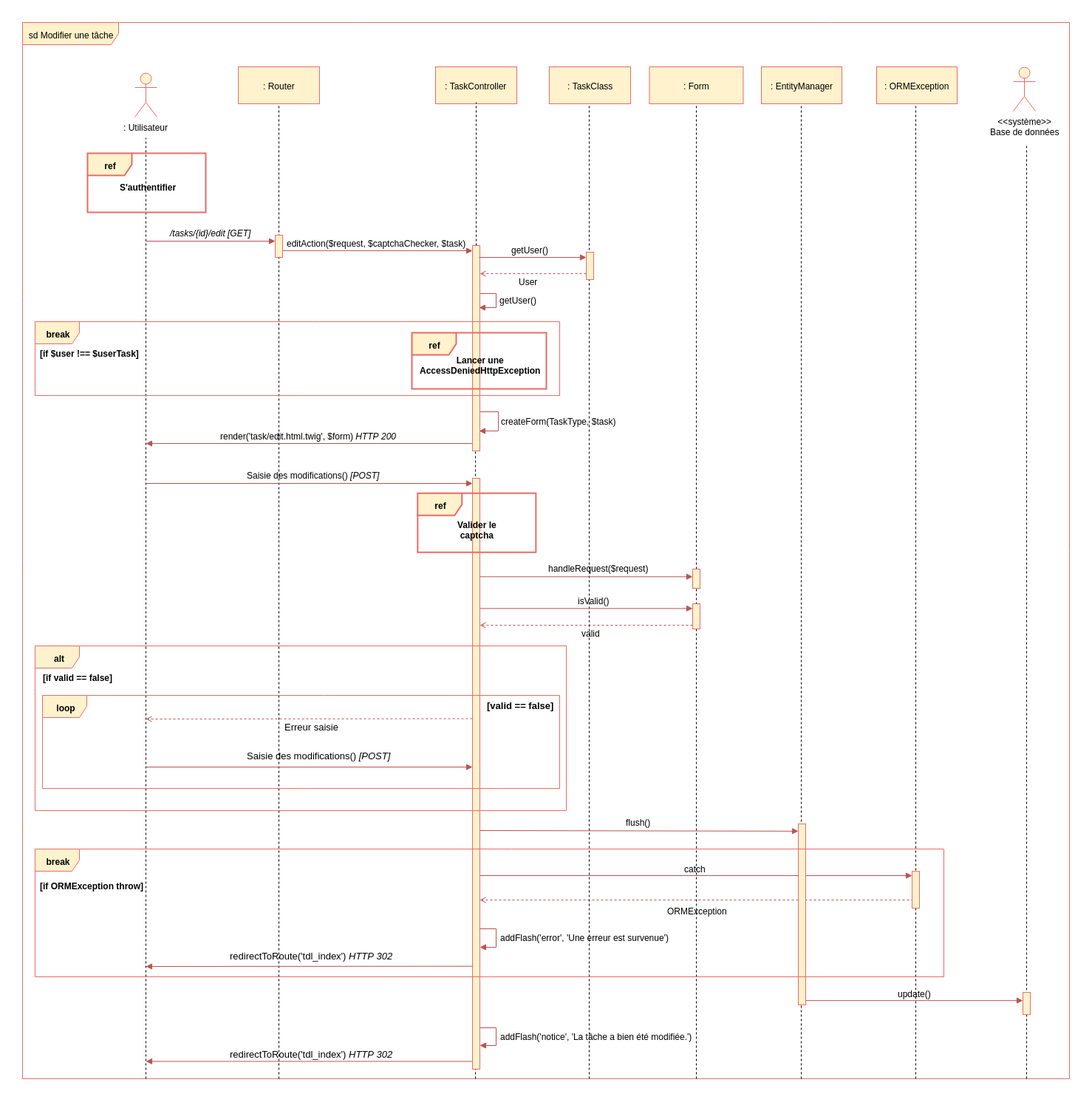
Thibok/TodoList keeps this draw.io diagram as Diagrammes/Modifier_une_tache.png. Above is the earlier version. Source tidied: cells renumbered, new cells last; positions are measured from the earlier drawing's top-left corner, leaving out a move shared by most shapes.
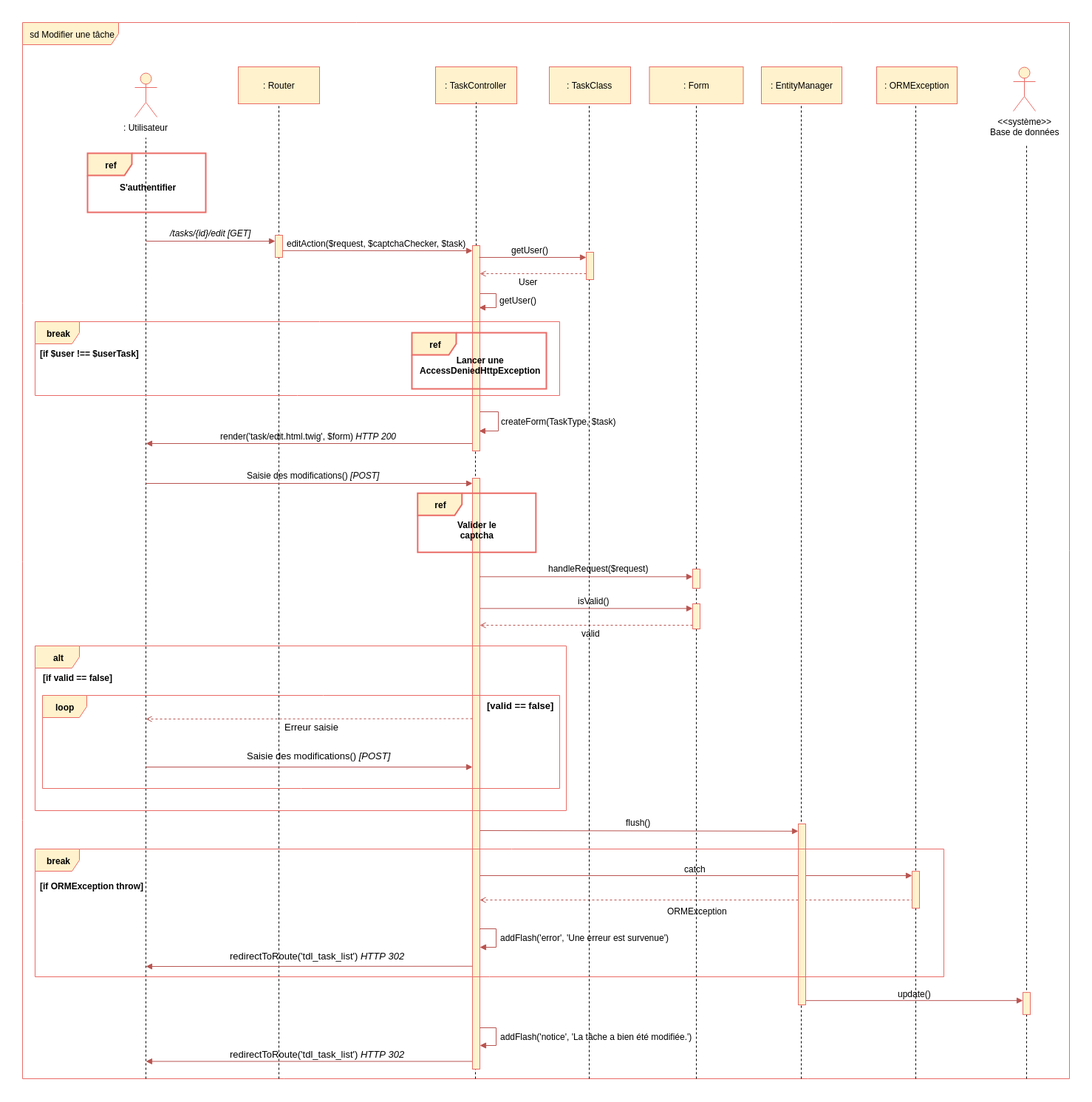
Later version of the same file.

Change to the diagram source:
```diff
@@ -237,8 +237,8 @@
         <mxPoint x="167" y="1278" as="targetPoint" />
       </mxGeometry>
     </mxCell>
-    <mxCell id="53" value="&lt;font&gt;redirectToRoute('tdl_index') &lt;i&gt;HTTP 302&lt;/i&gt;&lt;/font&gt;" style="text;html=1;align=left;verticalAlign=top;spacingTop=-4;fontSize=13;fontColor=#000000;" parent="1" vertex="1">
-      <mxGeometry x="279" y="1254" width="240" height="20" as="geometry" />
+    <mxCell id="53" value="&lt;font&gt;redirectToRoute('tdl_task_list') &lt;i&gt;HTTP 302&lt;/i&gt;&lt;/font&gt;" style="text;html=1;align=left;verticalAlign=top;spacingTop=-4;fontSize=13;fontColor=#000000;" parent="1" vertex="1">
+      <mxGeometry x="279" y="1254" width="250" height="20" as="geometry" />
     </mxCell>
     <mxCell id="54" value="[if ORMException throw]" style="text;html=1;align=left;verticalAlign=top;spacingTop=-4;fontStyle=1;" parent="1" vertex="1">
       <mxGeometry x="22" y="1160" width="140" height="20" as="geometry" />
@@ -268,8 +268,8 @@
     <mxCell id="60" value="update()" style="text;html=1;align=left;verticalAlign=top;spacingTop=-4;" parent="1" vertex="1">
       <mxGeometry x="1183" y="1306.2" width="60" height="10" as="geometry" />
     </mxCell>
-    <mxCell id="61" value="&lt;span&gt;redirectToRoute('tdl_index')&amp;nbsp;&lt;/span&gt;&lt;i&gt;HTTP 302&lt;/i&gt;&lt;br&gt;" style="text;html=1;align=left;verticalAlign=top;spacingTop=-4;fontSize=13;fontColor=#000000;" parent="1" vertex="1">
-      <mxGeometry x="279" y="1386.5" width="240" height="20" as="geometry" />
+    <mxCell id="61" value="redirectToRoute('tdl_task_list')&amp;nbsp;&lt;i&gt;HTTP 302&lt;/i&gt;&lt;br&gt;" style="text;html=1;align=left;verticalAlign=top;spacingTop=-4;fontSize=13;fontColor=#000000;" parent="1" vertex="1">
+      <mxGeometry x="279" y="1386.5" width="250" height="20" as="geometry" />
     </mxCell>
     <mxCell id="62" style="endArrow=block;html=1;endFill=1;fillColor=#f8cecc;strokeColor=#b85450;edgeStyle=orthogonalEdgeStyle;rounded=0;" parent="1" edge="1">
       <mxGeometry relative="1" as="geometry">
```
